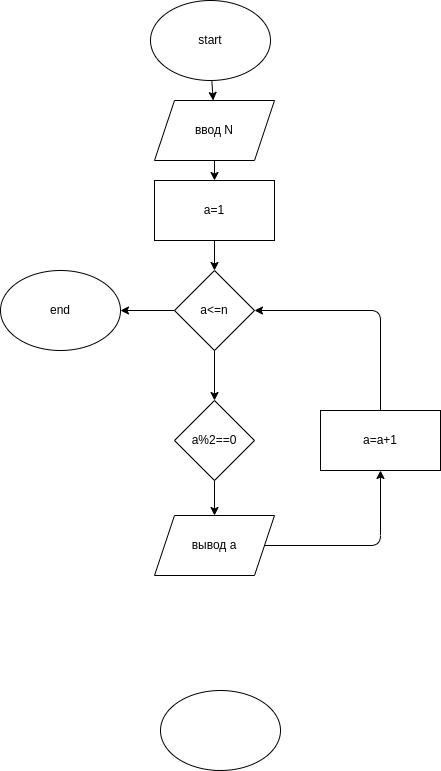
Earlier version of the draw.io export Homework/DZ_001/zadacha_004/diagram.drawio.png (FirLanPro/cSharp). Source tidied: cells renumbered, new cells last; positions are measured from the earlier drawing's top-left corner, leaving out a move shared by most shapes.
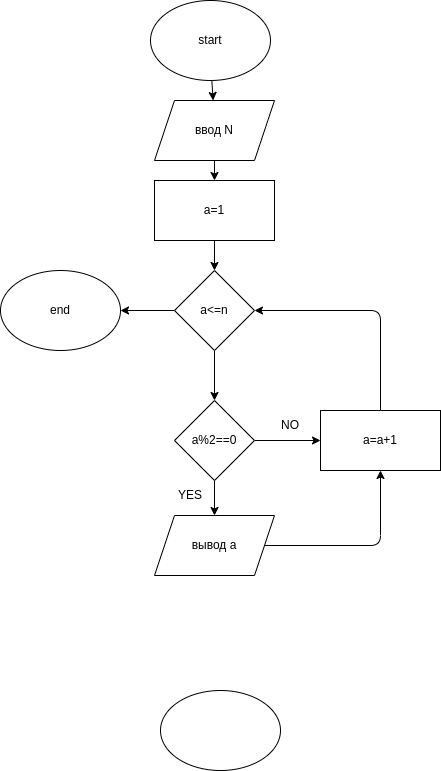
Later version of the same file.

Commit message:
редактирование б-с home dz_001 задача_004

Change to the diagram source:
```diff
@@ -23,6 +23,9 @@
     <mxCell id="8" style="edgeStyle=none;html=1;" parent="1" edge="1" source="9" target="11">
       <mxGeometry relative="1" as="geometry" />
     </mxCell>
+    <mxCell id="19" style="edgeStyle=none;html=1;" parent="1" edge="1" source="9" target="13">
+      <mxGeometry relative="1" as="geometry" />
+    </mxCell>
     <mxCell id="9" value="a%2==0" style="rhombus;whiteSpace=wrap;html=1;" parent="1" vertex="1">
       <mxGeometry x="174" y="400" width="80" height="80" as="geometry" />
     </mxCell>
@@ -61,5 +64,11 @@
     <mxCell id="18" value="end" style="ellipse;whiteSpace=wrap;html=1;" parent="1" vertex="1">
       <mxGeometry y="270" width="120" height="80" as="geometry" />
     </mxCell>
+    <mxCell id="20" value="YES" style="text;html=1;strokeColor=none;fillColor=none;align=center;verticalAlign=middle;whiteSpace=wrap;rounded=0;" parent="1" vertex="1">
+      <mxGeometry x="160" y="480" width="60" height="30" as="geometry" />
+    </mxCell>
+    <mxCell id="21" value="NO" style="text;html=1;strokeColor=none;fillColor=none;align=center;verticalAlign=middle;whiteSpace=wrap;rounded=0;" parent="1" vertex="1">
+      <mxGeometry x="260" y="410" width="60" height="30" as="geometry" />
+    </mxCell>
   </root>
 </mxGraphModel>
```
